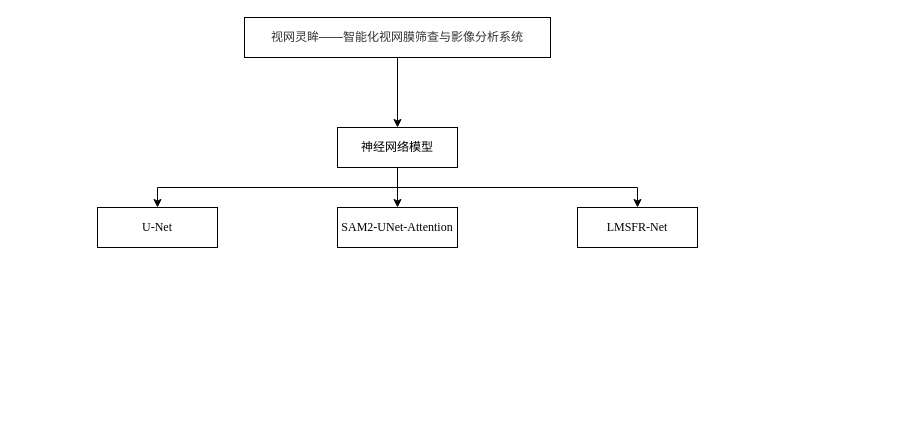
Before: 神经网络架构图.drawio in 2039551625/deep_learning, a draw.io diagram. Source tidied: cells renumbered, new cells numbered last; positions are measured from the earlier drawing's top-left corner, leaving out a move shared by most shapes. Both pictures are drawn from the tidied source at 100%, with x=0, y=0 at pixel (97, 17).
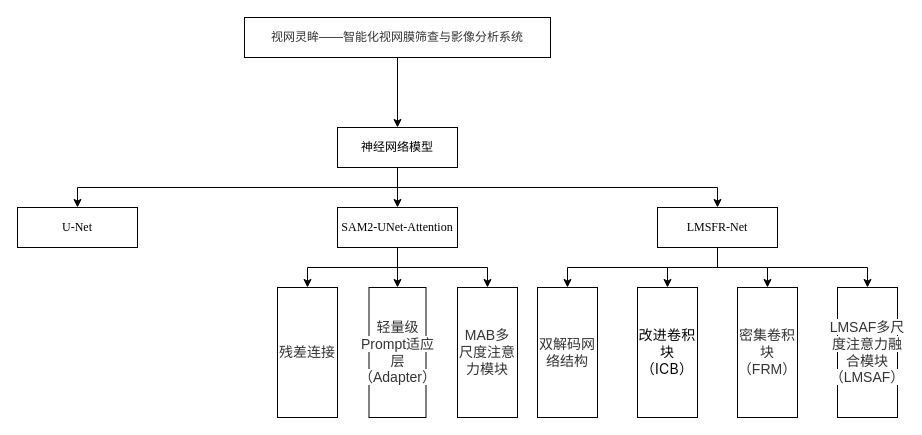
The same diagram, later.

Commit message (it also covers changes not shown here):
更新神经网络架构图.drawio

The change refers to these unchanged cells:
```xml
<mxCell id="9" value="&lt;p class=&quot;MsoNormal&quot;&gt;&lt;span style=&quot;mso-spacerun:'yes';font-family:宋体;mso-ascii-font-family:'Times New Roman';&lt;br/&gt;mso-hansi-font-family:'Times New Roman';mso-bidi-font-family:'Times New Roman';&quot; class=&quot;10&quot;&gt;&lt;font face=&quot;Times New Roman&quot;&gt;SAM2-UNet-Attention&lt;/font&gt;&lt;/span&gt;&lt;/p&gt;" style="rounded=0;whiteSpace=wrap;html=1;fontFamily=Times New Roman;labelBackgroundColor=none;" parent="1" vertex="1">
  <mxGeometry x="240" y="190" width="120" height="40" as="geometry" />
</mxCell>
```

What changed in the source:
```diff
@@
     <mxCell id="8" value="U-Net" style="rounded=0;whiteSpace=wrap;html=1;fontFamily=Times New Roman;labelBackgroundColor=none;" parent="1" vertex="1">
-      <mxGeometry y="190" width="120" height="40" as="geometry" />
+      <mxGeometry x="-80" y="190" width="120" height="40" as="geometry" />
     </mxCell>
+    <mxCell id="11" style="edgeStyle=orthogonalEdgeStyle;rounded=0;jettySize=auto;html=1;exitX=0.5;exitY=1;exitDx=0;exitDy=0;entryX=0.5;entryY=0;entryDx=0;entryDy=0;" parent="1" edge="1" source="9" target="18">
+      <mxGeometry relative="1" as="geometry" />
+    </mxCell>
+    <mxCell id="12" style="edgeStyle=orthogonalEdgeStyle;rounded=0;jettySize=auto;html=1;exitX=0.5;exitY=1;exitDx=0;exitDy=0;entryX=0.5;entryY=0;entryDx=0;entryDy=0;" parent="1" edge="1" source="9" target="19">
+      <mxGeometry relative="1" as="geometry" />
+    </mxCell>
+    <mxCell id="13" style="edgeStyle=orthogonalEdgeStyle;rounded=0;jettySize=auto;html=1;exitX=0.5;exitY=1;exitDx=0;exitDy=0;" parent="1" edge="1" source="9" target="20">
+      <mxGeometry relative="1" as="geometry" />
+    </mxCell>
@@
+    <mxCell id="14" style="edgeStyle=orthogonalEdgeStyle;rounded=0;jettySize=auto;html=1;exitX=0.5;exitY=1;exitDx=0;exitDy=0;entryX=0.5;entryY=0;entryDx=0;entryDy=0;" parent="1" edge="1" source="10" target="23">
+      <mxGeometry relative="1" as="geometry" />
+    </mxCell>
+    <mxCell id="15" style="edgeStyle=orthogonalEdgeStyle;rounded=0;jettySize=auto;html=1;exitX=0.5;exitY=1;exitDx=0;exitDy=0;" parent="1" edge="1" source="10" target="24">
+      <mxGeometry relative="1" as="geometry" />
+    </mxCell>
+    <mxCell id="16" style="edgeStyle=orthogonalEdgeStyle;rounded=0;jettySize=auto;html=1;exitX=0.5;exitY=1;exitDx=0;exitDy=0;entryX=0.5;entryY=0;entryDx=0;entryDy=0;" parent="1" edge="1" source="10" target="21">
+      <mxGeometry relative="1" as="geometry" />
+    </mxCell>
+    <mxCell id="17" style="edgeStyle=orthogonalEdgeStyle;rounded=0;jettySize=auto;html=1;exitX=0.5;exitY=1;exitDx=0;exitDy=0;entryX=0.5;entryY=0;entryDx=0;entryDy=0;" parent="1" edge="1" source="10" target="22">
+      <mxGeometry relative="1" as="geometry" />
+    </mxCell>
     <mxCell id="10" value="&lt;p class=&quot;MsoNormal&quot;&gt;&lt;font&gt;LM&lt;font style=&quot;&quot;&gt;S&lt;/font&gt;FR-Net&lt;/font&gt;&lt;/p&gt;" style="rounded=0;whiteSpace=wrap;html=1;fontFamily=Times New Roman;labelBackgroundColor=none;" parent="1" vertex="1">
-      <mxGeometry x="480" y="190" width="120" height="40" as="geometry" />
+      <mxGeometry x="560" y="190" width="120" height="40" as="geometry" />
     </mxCell>
+    <mxCell id="18" value="&lt;span style=&quot;color: rgb(51, 51, 51); font-family: 宋体; font-size: 14px; text-align: start; white-space-collapse: preserve; background-color: rgb(255, 255, 255);&quot;&gt;残差连接&lt;/span&gt;" style="rounded=0;whiteSpace=wrap;html=1;" parent="1" vertex="1">
+      <mxGeometry x="180" y="270" width="60" height="130" as="geometry" />
+    </mxCell>
+    <mxCell id="19" value="&lt;span style=&quot;color: rgb(51, 51, 51); font-family: 宋体; font-size: 14px; text-align: start; white-space-collapse: preserve; background-color: rgb(255, 255, 255);&quot;&gt;轻量级Prompt适应层（Adapter）&lt;/span&gt;" style="rounded=0;whiteSpace=wrap;html=1;" parent="1" vertex="1">
+      <mxGeometry x="271.5" y="270" width="57" height="130" as="geometry" />
+    </mxCell>
+    <mxCell id="20" value="&lt;span style=&quot;color: rgb(51, 51, 51); font-family: 宋体; font-size: 14px; text-align: start; white-space-collapse: preserve; background-color: rgb(255, 255, 255);&quot;&gt;MAB多尺度注意力模块&lt;/span&gt;" style="rounded=0;whiteSpace=wrap;html=1;" parent="1" vertex="1">
+      <mxGeometry x="360" y="270" width="60" height="130" as="geometry" />
+    </mxCell>
+    <mxCell id="21" value="&lt;span style=&quot;color: rgb(51, 51, 51); font-family: 宋体; font-size: 14px; text-align: start; white-space-collapse: preserve; background-color: rgb(255, 255, 255);&quot;&gt;密集卷积块（FRM）&lt;/span&gt;" style="rounded=0;whiteSpace=wrap;html=1;" parent="1" vertex="1">
+      <mxGeometry x="640" y="270" width="60" height="130" as="geometry" />
+    </mxCell>
+    <mxCell id="22" value="&lt;span style=&quot;color: rgb(51, 51, 51); font-family: 宋体; font-size: 14px; text-align: start; white-space-collapse: preserve; background-color: rgb(255, 255, 255);&quot;&gt;LMSAF多尺度注意力融合模块（LMSAF）&lt;/span&gt;" style="rounded=0;whiteSpace=wrap;html=1;" parent="1" vertex="1">
+      <mxGeometry x="740" y="270" width="60" height="130" as="geometry" />
+    </mxCell>
+    <mxCell id="23" value="&lt;span style=&quot;color: rgb(51, 51, 51); font-family: 宋体; font-size: 14px; text-align: start; white-space-collapse: preserve; background-color: rgb(255, 255, 255);&quot;&gt;&lt;span style=&quot;font-size: 10.5pt; background-color: light-dark(rgb(255, 255, 255), rgb(18, 18, 18)); color: light-dark(rgb(51, 51, 51), rgb(193, 193, 193));&quot;&gt;双解码网络结构&lt;/span&gt;&lt;/span&gt;" style="rounded=0;whiteSpace=wrap;html=1;" parent="1" vertex="1">
+      <mxGeometry x="440" y="270" width="60" height="130" as="geometry" />
+    </mxCell>
+    <mxCell id="24" value="&lt;span style=&quot;color: rgb(6, 6, 7); font-family: -apple-system, BlinkMacSystemFont, &amp;quot;Helvetica Neue&amp;quot;, Helvetica, &amp;quot;Segoe UI&amp;quot;, Arial, Roboto, &amp;quot;PingFang SC&amp;quot;, MIUI, &amp;quot;Hiragino Sans GB&amp;quot;, &amp;quot;Microsoft YaHei&amp;quot;, sans-serif; font-size: 14px; letter-spacing: 0.25px; text-align: start; white-space-collapse: preserve; background-color: rgb(255, 255, 255);&quot;&gt;改进卷积块（ICB）&lt;/span&gt;" style="rounded=0;whiteSpace=wrap;html=1;" parent="1" vertex="1">
+      <mxGeometry x="540" y="270" width="60" height="130" as="geometry" />
+    </mxCell>
```
